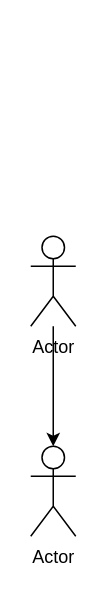
Before: Ata.drawio in Regis-Dias/Ata_Digital, a draw.io diagram. Source tidied: cells renumbered, new cells numbered last; positions are measured from the earlier drawing's top-left corner, leaving out a move shared by most shapes. Both pictures are drawn from the tidied source at 150%, with x=0, y=0 at pixel (30, 236).
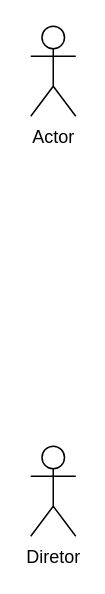
The same page after the edit.

Commit message:
Atualizar diretor

Diff of the diagram source:
```diff
@@
 <mxGraphModel>
   <root>
     <mxCell id="0" />
     <mxCell id="1" parent="0" />
-    <mxCell id="2" style="edgeStyle=orthogonalEdgeStyle;rounded=0;jettySize=auto;html=1;" parent="1" edge="1" source="3" target="4">
-      <mxGeometry relative="1" as="geometry" />
-    </mxCell>
     <mxCell id="3" value="Actor" style="shape=umlActor;verticalLabelPosition=bottom;verticalAlign=top;html=1;outlineConnect=0;" parent="1" vertex="1">
-      <mxGeometry width="30" height="60" as="geometry" />
+      <mxGeometry y="-140" width="30" height="60" as="geometry" />
     </mxCell>
-    <mxCell id="4" value="Actor" style="shape=umlActor;verticalLabelPosition=bottom;verticalAlign=top;html=1;outlineConnect=0;" parent="1" vertex="1">
+    <mxCell id="4" value="Diretor" style="shape=umlActor;verticalLabelPosition=bottom;verticalAlign=top;html=1;outlineConnect=0;direction=east;" parent="1" vertex="1">
       <mxGeometry y="140" width="30" height="60" as="geometry" />
     </mxCell>
   </root>
 </mxGraphModel>
```
